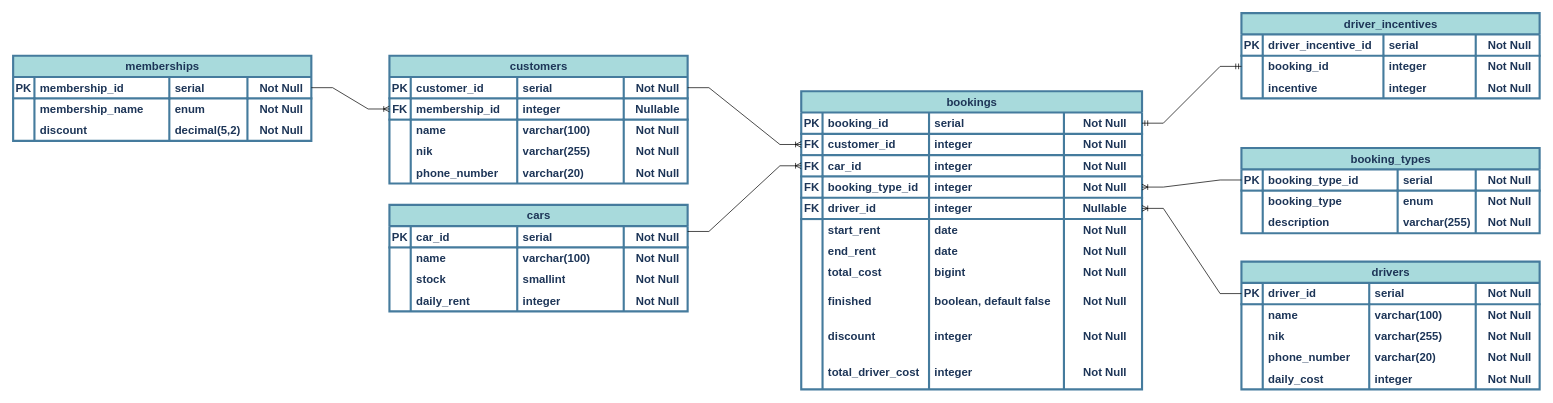
Earlier version of the draw.io diagram page "V2" (2 of 2) of erd_car_rental_v1.drawio (DevisArya/car-rental). Source tidied: cells renumbered, new cells numbered last; positions are measured from the earlier drawing's top-left corner, leaving out a move shared by most shapes. Both pictures are drawn from the tidied source at 71%, with x=0, y=0 at pixel (13, 13).
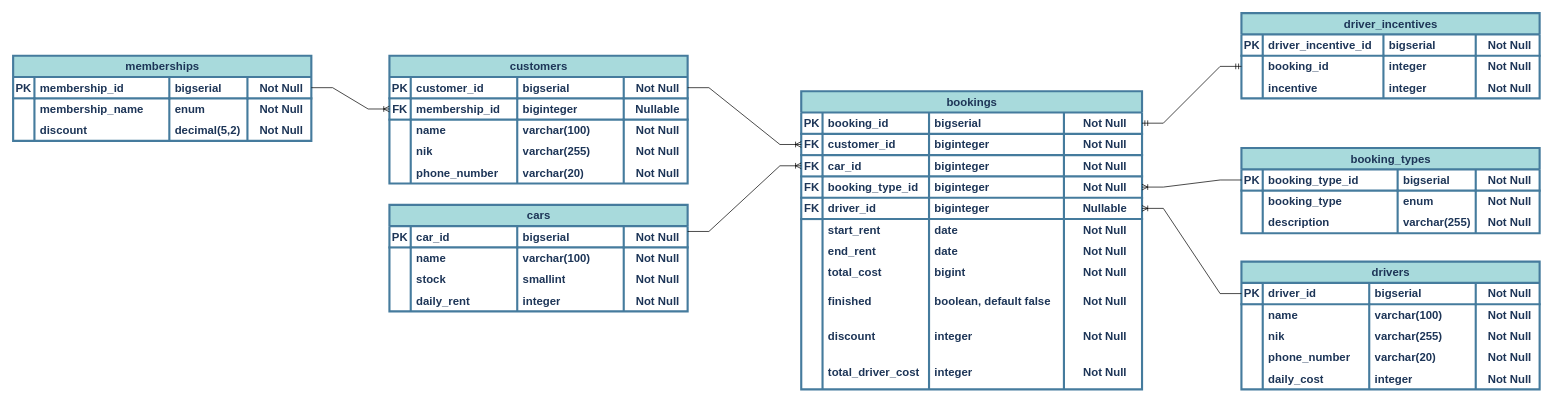
The same diagram, later.

Unchanged cells that the change refers to:
```xml
<mxCell id="3" style="shape=tableRow;horizontal=0;startSize=0;swimlaneHead=0;swimlaneBody=0;fillColor=none;points=[[0,0.5],[1,0.5]];portConstraint=eastwest;top=0;left=0;right=0;bottom=0;labelBackgroundColor=none;strokeColor=#457B9D;fontColor=#1D3557;strokeWidth=3;fontSize=16;fontStyle=1;" parent="2" vertex="1">
  <mxGeometry y="30" width="420" height="30" as="geometry" />
</mxCell>
<mxCell id="8" style="shape=tableRow;horizontal=0;startSize=0;swimlaneHead=0;swimlaneBody=0;fillColor=none;points=[[0,0.5],[1,0.5]];portConstraint=eastwest;top=0;left=0;right=0;bottom=0;labelBackgroundColor=none;strokeColor=#457B9D;fontColor=#1D3557;strokeWidth=3;fontSize=16;fontStyle=1;" parent="2" vertex="1">
  <mxGeometry y="60" width="420" height="30" as="geometry" />
</mxCell>
<mxCell id="29" style="shape=tableRow;horizontal=0;startSize=0;swimlaneHead=0;swimlaneBody=0;fillColor=none;points=[[0,0.5],[1,0.5]];portConstraint=eastwest;top=0;left=0;right=0;bottom=0;labelBackgroundColor=none;strokeColor=#457B9D;fontColor=#1D3557;strokeWidth=3;fontSize=16;fontStyle=1;" parent="28" vertex="1">
  <mxGeometry y="30" width="480" height="30" as="geometry" />
</mxCell>
<mxCell id="34" style="shape=tableRow;horizontal=0;startSize=0;swimlaneHead=0;swimlaneBody=0;fillColor=none;points=[[0,0.5],[1,0.5]];portConstraint=eastwest;top=0;left=0;right=0;bottom=0;labelBackgroundColor=none;strokeColor=#457B9D;fontColor=#1D3557;strokeWidth=3;fontSize=16;fontStyle=1;" parent="28" vertex="1">
  <mxGeometry y="60" width="480" height="30" as="geometry" />
</mxCell>
<mxCell id="39" style="shape=tableRow;horizontal=0;startSize=0;swimlaneHead=0;swimlaneBody=0;fillColor=none;points=[[0,0.5],[1,0.5]];portConstraint=eastwest;top=0;left=0;right=0;bottom=0;labelBackgroundColor=none;strokeColor=#457B9D;fontColor=#1D3557;strokeWidth=3;fontSize=16;fontStyle=1;" parent="28" vertex="1">
  <mxGeometry y="90" width="480" height="30" as="geometry" />
</mxCell>
<mxCell id="44" style="shape=tableRow;horizontal=0;startSize=0;swimlaneHead=0;swimlaneBody=0;fillColor=none;points=[[0,0.5],[1,0.5]];portConstraint=eastwest;top=0;left=0;right=0;bottom=0;labelBackgroundColor=none;strokeColor=#457B9D;fontColor=#1D3557;strokeWidth=3;fontSize=16;fontStyle=1;" parent="28" vertex="1">
  <mxGeometry y="120" width="480" height="30" as="geometry" />
</mxCell>
<mxCell id="49" style="shape=tableRow;horizontal=0;startSize=0;swimlaneHead=0;swimlaneBody=0;fillColor=none;points=[[0,0.5],[1,0.5]];portConstraint=eastwest;top=0;left=0;right=0;bottom=0;labelBackgroundColor=none;strokeColor=#457B9D;fontColor=#1D3557;strokeWidth=3;fontSize=16;fontStyle=1;" parent="28" vertex="1">
  <mxGeometry y="150" width="480" height="30" as="geometry" />
</mxCell>
<mxCell id="85" style="shape=tableRow;horizontal=0;startSize=0;swimlaneHead=0;swimlaneBody=0;fillColor=none;top=0;left=0;right=0;bottom=0;labelBackgroundColor=none;strokeColor=#457B9D;fontColor=#1D3557;strokeWidth=3;fontSize=16;fontStyle=1;" parent="84" vertex="1">
  <mxGeometry y="30" width="420" height="30" as="geometry" />
</mxCell>
<mxCell id="108" style="shape=tableRow;horizontal=0;startSize=0;swimlaneHead=0;swimlaneBody=0;fillColor=none;points=[[0,0.5],[1,0.5]];portConstraint=eastwest;top=0;left=0;right=0;bottom=0;labelBackgroundColor=none;strokeColor=#457B9D;fontColor=#1D3557;strokeWidth=3;fontSize=16;fontStyle=1;" parent="107" vertex="1">
  <mxGeometry y="30" width="420" height="30" as="geometry" />
</mxCell>
<mxCell id="125" style="shape=tableRow;horizontal=0;startSize=0;swimlaneHead=0;swimlaneBody=0;fillColor=none;points=[[0,0.5],[1,0.5]];portConstraint=eastwest;top=0;left=0;right=0;bottom=0;labelBackgroundColor=none;strokeColor=#457B9D;fontColor=#1D3557;strokeWidth=3;fontSize=16;fontStyle=1;" parent="124" vertex="1">
  <mxGeometry y="30" width="420" height="30" as="geometry" />
</mxCell>
<mxCell id="141" style="shape=tableRow;horizontal=0;startSize=0;swimlaneHead=0;swimlaneBody=0;fillColor=none;points=[[0,0.5],[1,0.5]];portConstraint=eastwest;top=0;left=0;right=0;bottom=0;labelBackgroundColor=none;strokeColor=#457B9D;fontColor=#1D3557;strokeWidth=3;fontSize=16;fontStyle=1;" parent="140" vertex="1">
  <mxGeometry y="30" width="420" height="30" as="geometry" />
</mxCell>
<mxCell id="167" style="shape=tableRow;horizontal=0;startSize=0;swimlaneHead=0;swimlaneBody=0;fillColor=none;top=0;left=0;right=0;bottom=0;labelBackgroundColor=none;strokeColor=#457B9D;fontColor=#1D3557;strokeWidth=3;fontSize=16;fontStyle=1;" parent="166" vertex="1">
  <mxGeometry y="30" width="420" height="30" as="geometry" />
</mxCell>
```

The edit, as a diff of the source:
```diff
@@
-    <mxCell id="6" value="serial" style="shape=partialRectangle;fillColor=none;top=0;left=0;bottom=1;right=0;align=left;spacingLeft=6;overflow=hidden;whiteSpace=wrap;html=1;labelBackgroundColor=none;strokeColor=#457B9D;fontColor=#1D3557;fontStyle=1;strokeWidth=3;fontSize=16;" parent="3" vertex="1">
+    <mxCell id="6" value="bigserial" style="shape=partialRectangle;fillColor=none;top=0;left=0;bottom=1;right=0;align=left;spacingLeft=6;overflow=hidden;whiteSpace=wrap;html=1;labelBackgroundColor=none;strokeColor=#457B9D;fontColor=#1D3557;fontStyle=1;strokeWidth=3;fontSize=16;" parent="3" vertex="1">
       <mxGeometry x="180" width="150" height="30" as="geometry" />
     </mxCell>
@@
-    <mxCell id="11" value="integer" style="shape=partialRectangle;fillColor=none;top=0;left=0;bottom=1;right=0;align=left;spacingLeft=6;overflow=hidden;whiteSpace=wrap;html=1;labelBackgroundColor=none;strokeColor=#457B9D;fontColor=#1D3557;fontStyle=1;strokeWidth=3;fontSize=16;" parent="8" vertex="1">
+    <mxCell id="11" value="biginteger" style="shape=partialRectangle;fillColor=none;top=0;left=0;bottom=1;right=0;align=left;spacingLeft=6;overflow=hidden;whiteSpace=wrap;html=1;labelBackgroundColor=none;strokeColor=#457B9D;fontColor=#1D3557;fontStyle=1;strokeWidth=3;fontSize=16;" parent="8" vertex="1">
       <mxGeometry x="180" width="150" height="30" as="geometry" />
     </mxCell>
@@
-    <mxCell id="32" value="serial" style="shape=partialRectangle;fillColor=none;top=0;left=0;bottom=1;right=0;align=left;spacingLeft=6;overflow=hidden;whiteSpace=wrap;html=1;labelBackgroundColor=none;strokeColor=#457B9D;fontColor=#1D3557;fontStyle=1;strokeWidth=3;fontSize=16;" parent="29" vertex="1">
+    <mxCell id="32" value="bigserial" style="shape=partialRectangle;fillColor=none;top=0;left=0;bottom=1;right=0;align=left;spacingLeft=6;overflow=hidden;whiteSpace=wrap;html=1;labelBackgroundColor=none;strokeColor=#457B9D;fontColor=#1D3557;fontStyle=1;strokeWidth=3;fontSize=16;" parent="29" vertex="1">
       <mxGeometry x="180" width="190" height="30" as="geometry" />
     </mxCell>
@@
-    <mxCell id="37" value="integer" style="shape=partialRectangle;fillColor=none;top=0;left=0;bottom=1;right=0;align=left;spacingLeft=6;overflow=hidden;whiteSpace=wrap;html=1;labelBackgroundColor=none;strokeColor=#457B9D;fontColor=#1D3557;strokeWidth=3;fontSize=16;fontStyle=1;" parent="34" vertex="1">
+    <mxCell id="37" value="biginteger" style="shape=partialRectangle;fillColor=none;top=0;left=0;bottom=1;right=0;align=left;spacingLeft=6;overflow=hidden;whiteSpace=wrap;html=1;labelBackgroundColor=none;strokeColor=#457B9D;fontColor=#1D3557;strokeWidth=3;fontSize=16;fontStyle=1;" parent="34" vertex="1">
       <mxGeometry x="180" width="190" height="30" as="geometry" />
     </mxCell>
@@
-    <mxCell id="42" value="integer" style="shape=partialRectangle;fillColor=none;top=0;left=0;bottom=1;right=0;align=left;spacingLeft=6;overflow=hidden;whiteSpace=wrap;html=1;labelBackgroundColor=none;strokeColor=#457B9D;fontColor=#1D3557;strokeWidth=3;fontSize=16;fontStyle=1;" parent="39" vertex="1">
+    <mxCell id="42" value="biginteger" style="shape=partialRectangle;fillColor=none;top=0;left=0;bottom=1;right=0;align=left;spacingLeft=6;overflow=hidden;whiteSpace=wrap;html=1;labelBackgroundColor=none;strokeColor=#457B9D;fontColor=#1D3557;strokeWidth=3;fontSize=16;fontStyle=1;" parent="39" vertex="1">
       <mxGeometry x="180" width="190" height="30" as="geometry" />
     </mxCell>
@@
-    <mxCell id="47" value="integer" style="shape=partialRectangle;fillColor=none;top=0;left=0;bottom=1;right=0;align=left;spacingLeft=6;overflow=hidden;whiteSpace=wrap;html=1;labelBackgroundColor=none;strokeColor=#457B9D;fontColor=#1D3557;strokeWidth=3;fontSize=16;fontStyle=1;" parent="44" vertex="1">
+    <mxCell id="47" value="biginteger" style="shape=partialRectangle;fillColor=none;top=0;left=0;bottom=1;right=0;align=left;spacingLeft=6;overflow=hidden;whiteSpace=wrap;html=1;labelBackgroundColor=none;strokeColor=#457B9D;fontColor=#1D3557;strokeWidth=3;fontSize=16;fontStyle=1;" parent="44" vertex="1">
       <mxGeometry x="180" width="190" height="30" as="geometry" />
     </mxCell>
@@
-    <mxCell id="52" value="integer" style="shape=partialRectangle;fillColor=none;top=0;left=0;bottom=1;right=0;align=left;spacingLeft=6;overflow=hidden;whiteSpace=wrap;html=1;labelBackgroundColor=none;strokeColor=#457B9D;fontColor=#1D3557;strokeWidth=3;fontSize=16;fontStyle=1;" parent="49" vertex="1">
+    <mxCell id="52" value="biginteger" style="shape=partialRectangle;fillColor=none;top=0;left=0;bottom=1;right=0;align=left;spacingLeft=6;overflow=hidden;whiteSpace=wrap;html=1;labelBackgroundColor=none;strokeColor=#457B9D;fontColor=#1D3557;strokeWidth=3;fontSize=16;fontStyle=1;" parent="49" vertex="1">
       <mxGeometry x="180" width="190" height="30" as="geometry" />
     </mxCell>
@@
-    <mxCell id="88" value="serial" style="shape=partialRectangle;fillColor=none;top=0;left=0;bottom=1;right=0;align=left;spacingLeft=6;overflow=hidden;whiteSpace=wrap;html=1;labelBackgroundColor=none;strokeColor=#457B9D;fontColor=#1D3557;fontStyle=1;strokeWidth=3;fontSize=16;" parent="85" vertex="1">
+    <mxCell id="88" value="bigserial" style="shape=partialRectangle;fillColor=none;top=0;left=0;bottom=1;right=0;align=left;spacingLeft=6;overflow=hidden;whiteSpace=wrap;html=1;labelBackgroundColor=none;strokeColor=#457B9D;fontColor=#1D3557;fontStyle=1;strokeWidth=3;fontSize=16;" parent="85" vertex="1">
       <mxGeometry x="180" width="150" height="30" as="geometry" />
     </mxCell>
@@
-    <mxCell id="111" value="serial" style="shape=partialRectangle;fillColor=none;top=0;left=0;bottom=1;right=0;align=left;spacingLeft=6;overflow=hidden;whiteSpace=wrap;html=1;labelBackgroundColor=none;strokeColor=#457B9D;fontColor=#1D3557;fontStyle=1;strokeWidth=3;fontSize=16;" parent="108" vertex="1">
+    <mxCell id="111" value="bigserial" style="shape=partialRectangle;fillColor=none;top=0;left=0;bottom=1;right=0;align=left;spacingLeft=6;overflow=hidden;whiteSpace=wrap;html=1;labelBackgroundColor=none;strokeColor=#457B9D;fontColor=#1D3557;fontStyle=1;strokeWidth=3;fontSize=16;" parent="108" vertex="1">
       <mxGeometry x="220" width="110" height="30" as="geometry" />
     </mxCell>
@@
-    <mxCell id="128" value="serial" style="shape=partialRectangle;fillColor=none;top=0;left=0;bottom=1;right=0;align=left;spacingLeft=6;overflow=hidden;whiteSpace=wrap;html=1;labelBackgroundColor=none;strokeColor=#457B9D;fontColor=#1D3557;fontStyle=1;strokeWidth=3;fontSize=16;" parent="125" vertex="1">
+    <mxCell id="128" value="bigserial" style="shape=partialRectangle;fillColor=none;top=0;left=0;bottom=1;right=0;align=left;spacingLeft=6;overflow=hidden;whiteSpace=wrap;html=1;labelBackgroundColor=none;strokeColor=#457B9D;fontColor=#1D3557;fontStyle=1;strokeWidth=3;fontSize=16;" parent="125" vertex="1">
       <mxGeometry x="220" width="110" height="30" as="geometry" />
     </mxCell>
@@
-    <mxCell id="144" value="serial" style="shape=partialRectangle;fillColor=none;top=0;left=0;bottom=1;right=0;align=left;spacingLeft=6;overflow=hidden;whiteSpace=wrap;html=1;labelBackgroundColor=none;strokeColor=#457B9D;fontColor=#1D3557;fontStyle=1;strokeWidth=3;fontSize=16;" parent="141" vertex="1">
+    <mxCell id="144" value="bigserial" style="shape=partialRectangle;fillColor=none;top=0;left=0;bottom=1;right=0;align=left;spacingLeft=6;overflow=hidden;whiteSpace=wrap;html=1;labelBackgroundColor=none;strokeColor=#457B9D;fontColor=#1D3557;fontStyle=1;strokeWidth=3;fontSize=16;" parent="141" vertex="1">
       <mxGeometry x="180" width="150" height="30" as="geometry" />
     </mxCell>
@@
-    <mxCell id="170" value="serial" style="shape=partialRectangle;fillColor=none;top=0;left=0;bottom=1;right=0;align=left;spacingLeft=6;overflow=hidden;whiteSpace=wrap;html=1;labelBackgroundColor=none;strokeColor=#457B9D;fontColor=#1D3557;fontStyle=1;strokeWidth=3;fontSize=16;" parent="167" vertex="1">
+    <mxCell id="170" value="bigserial" style="shape=partialRectangle;fillColor=none;top=0;left=0;bottom=1;right=0;align=left;spacingLeft=6;overflow=hidden;whiteSpace=wrap;html=1;labelBackgroundColor=none;strokeColor=#457B9D;fontColor=#1D3557;fontStyle=1;strokeWidth=3;fontSize=16;" parent="167" vertex="1">
       <mxGeometry x="200" width="130" height="30" as="geometry" />
     </mxCell>
```
